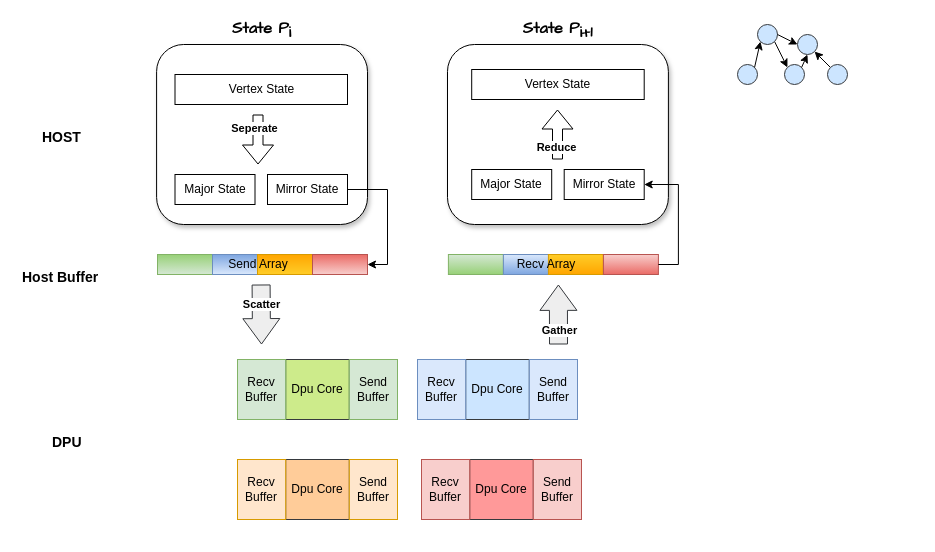
The draw.io diagram p2.drawio in cnissnzg/picture, before the edit. Source tidied: cells renumbered, new cells numbered last; positions are measured from the earlier drawing's top-left corner, leaving out a move shared by most shapes. Both pictures are drawn from the tidied source at 100%, with x=0, y=0 at pixel (17, 24).
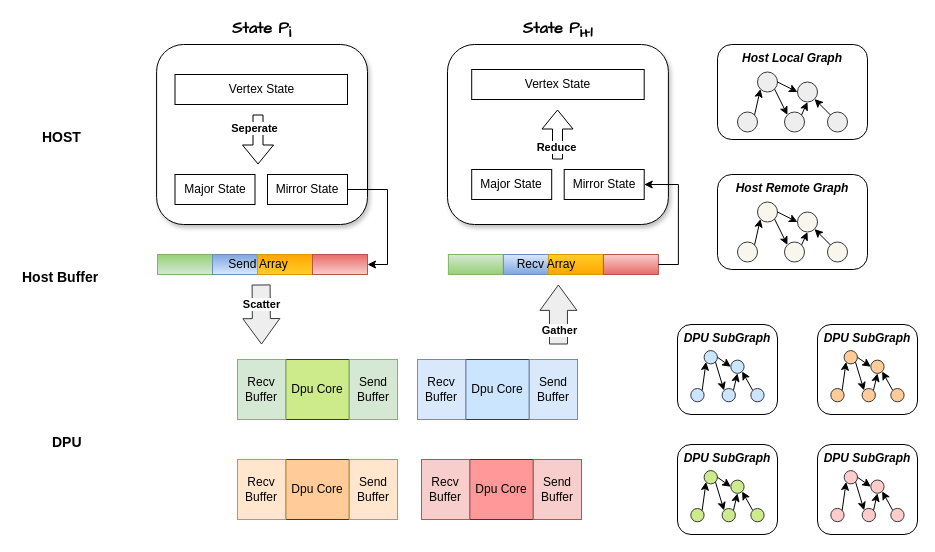
After the change.

What changed in the source:
```diff
@@
-    <mxCell id="46" style="group;" parent="1" vertex="1">
-      <mxGeometry x="720" width="110" height="60" as="geometry" />
-    </mxCell>
+    <mxCell id="57" style="group;" parent="1" vertex="1">
+      <mxGeometry x="660" y="300" width="100" height="90" as="geometry" />
+    </mxCell>
+    <mxCell id="58" value="&lt;b&gt;&lt;i&gt;DPU SubGraph&lt;/i&gt;&lt;/b&gt;" style="rounded=1;whiteSpace=wrap;html=1;labelPosition=center;verticalLabelPosition=middle;align=center;verticalAlign=top;" parent="57" vertex="1">
+      <mxGeometry width="100" height="90" as="geometry" />
+    </mxCell>
+    <mxCell id="59" style="group;shadow=0;" parent="57" vertex="1">
+      <mxGeometry x="13.3" y="26.1" width="73.3" height="56.8" as="geometry" />
+    </mxCell>
+    <mxCell id="60" style="ellipse;whiteSpace=wrap;html=1;fillColor=#cce5ff;strokeColor=#36393d;shadow=0;" parent="59" vertex="1">
+      <mxGeometry y="37.9" width="13.3" height="13.3" as="geometry" />
+    </mxCell>
+    <mxCell id="61" style="ellipse;whiteSpace=wrap;html=1;fillColor=#cce5ff;strokeColor=#36393d;shadow=0;" parent="59" vertex="1">
+      <mxGeometry x="31.3" y="37.9" width="13.3" height="13.3" as="geometry" />
+    </mxCell>
+    <mxCell id="62" style="rounded=0;jettySize=auto;html=1;exitX=1;exitY=1;exitDx=0;exitDy=0;entryX=0;entryY=0;entryDx=0;entryDy=0;shadow=0;" parent="59" edge="1" source="63" target="61">
+      <mxGeometry relative="1" as="geometry" />
+    </mxCell>
+    <mxCell id="63" style="ellipse;whiteSpace=wrap;html=1;fillColor=#cce5ff;strokeColor=#36393d;shadow=0;" parent="59" vertex="1">
+      <mxGeometry x="13.3" width="13.3" height="13.3" as="geometry" />
+    </mxCell>
+    <mxCell id="64" style="rounded=0;jettySize=auto;html=1;exitX=1;exitY=0;exitDx=0;exitDy=0;entryX=0;entryY=1;entryDx=0;entryDy=0;shadow=0;" parent="59" edge="1" source="60" target="63">
+      <mxGeometry relative="1" as="geometry" />
+    </mxCell>
+    <mxCell id="65" style="ellipse;whiteSpace=wrap;html=1;fillColor=#cce5ff;strokeColor=#36393d;shadow=0;" parent="59" vertex="1">
+      <mxGeometry x="40" y="9.5" width="13.3" height="13.3" as="geometry" />
+    </mxCell>
+    <mxCell id="66" style="rounded=0;jettySize=auto;html=1;exitX=1;exitY=0;exitDx=0;exitDy=0;entryX=0.5;entryY=1;entryDx=0;entryDy=0;shadow=0;" parent="59" edge="1" source="61" target="65">
+      <mxGeometry relative="1" as="geometry" />
+    </mxCell>
+    <mxCell id="67" style="rounded=0;jettySize=auto;html=1;exitX=1;exitY=0.5;exitDx=0;exitDy=0;entryX=0;entryY=0.5;entryDx=0;entryDy=0;shadow=0;" parent="59" edge="1" source="63" target="65">
+      <mxGeometry relative="1" as="geometry" />
+    </mxCell>
+    <mxCell id="68" style="rounded=0;jettySize=auto;html=1;exitX=0;exitY=0;exitDx=0;exitDy=0;entryX=1;entryY=1;entryDx=0;entryDy=0;shadow=0;" parent="59" edge="1" source="69" target="65">
+      <mxGeometry relative="1" as="geometry" />
+    </mxCell>
+    <mxCell id="69" style="ellipse;whiteSpace=wrap;html=1;fillColor=#cce5ff;strokeColor=#36393d;shadow=0;" parent="59" vertex="1">
+      <mxGeometry x="60" y="37.9" width="13.3" height="13.3" as="geometry" />
+    </mxCell>
+    <mxCell id="70" value="&lt;b&gt;&lt;i&gt;Host Local Graph&lt;/i&gt;&lt;/b&gt;" style="rounded=1;whiteSpace=wrap;html=1;labelPosition=center;verticalLabelPosition=middle;align=center;verticalAlign=top;" parent="1" vertex="1">
+      <mxGeometry x="700" y="20" width="150" height="95" as="geometry" />
+    </mxCell>
-    <mxCell id="47" style="ellipse;whiteSpace=wrap;html=1;fillColor=#cce5ff;strokeColor=#36393d;" parent="46" vertex="1">
-      <mxGeometry y="40" width="20" height="20" as="geometry" />
+    <mxCell id="47" style="ellipse;whiteSpace=wrap;html=1;fillColor=#eeeeee;strokeColor=#36393d;shadow=0;" parent="1" vertex="1">
+      <mxGeometry x="720" y="87.5" width="20" height="20" as="geometry" />
     </mxCell>
-    <mxCell id="48" style="ellipse;whiteSpace=wrap;html=1;fillColor=#cce5ff;strokeColor=#36393d;" parent="46" vertex="1">
-      <mxGeometry x="47" y="40" width="20" height="20" as="geometry" />
+    <mxCell id="48" style="ellipse;whiteSpace=wrap;html=1;fillColor=#eeeeee;strokeColor=#36393d;shadow=0;" parent="1" vertex="1">
+      <mxGeometry x="767" y="87.5" width="20" height="20" as="geometry" />
     </mxCell>
-    <mxCell id="49" style="rounded=0;jettySize=auto;html=1;exitX=1;exitY=1;exitDx=0;exitDy=0;entryX=0;entryY=0;entryDx=0;entryDy=0;" parent="46" edge="1" source="50" target="48">
+    <mxCell id="49" style="rounded=0;jettySize=auto;html=1;exitX=1;exitY=1;exitDx=0;exitDy=0;entryX=0;entryY=0;entryDx=0;entryDy=0;shadow=0;" parent="1" edge="1" source="50" target="48">
       <mxGeometry relative="1" as="geometry" />
     </mxCell>
-    <mxCell id="50" style="ellipse;whiteSpace=wrap;html=1;fillColor=#cce5ff;strokeColor=#36393d;" parent="46" vertex="1">
-      <mxGeometry x="20" width="20" height="20" as="geometry" />
+    <mxCell id="50" style="ellipse;whiteSpace=wrap;html=1;fillColor=#eeeeee;strokeColor=#36393d;shadow=0;" parent="1" vertex="1">
+      <mxGeometry x="740" y="47.5" width="20" height="20" as="geometry" />
     </mxCell>
-    <mxCell id="51" style="rounded=0;jettySize=auto;html=1;exitX=1;exitY=0;exitDx=0;exitDy=0;entryX=0;entryY=1;entryDx=0;entryDy=0;" parent="46" edge="1" source="47" target="50">
+    <mxCell id="51" style="rounded=0;jettySize=auto;html=1;exitX=1;exitY=0;exitDx=0;exitDy=0;entryX=0;entryY=1;entryDx=0;entryDy=0;shadow=0;" parent="1" edge="1" source="47" target="50">
       <mxGeometry relative="1" as="geometry" />
     </mxCell>
-    <mxCell id="52" style="ellipse;whiteSpace=wrap;html=1;fillColor=#cce5ff;strokeColor=#36393d;" parent="46" vertex="1">
-      <mxGeometry x="60" y="10" width="20" height="20" as="geometry" />
+    <mxCell id="52" style="ellipse;whiteSpace=wrap;html=1;fillColor=#eeeeee;strokeColor=#36393d;shadow=0;" parent="1" vertex="1">
+      <mxGeometry x="780" y="57.5" width="20" height="20" as="geometry" />
     </mxCell>
-    <mxCell id="53" style="rounded=0;jettySize=auto;html=1;exitX=1;exitY=0;exitDx=0;exitDy=0;entryX=0.5;entryY=1;entryDx=0;entryDy=0;" parent="46" edge="1" source="48" target="52">
+    <mxCell id="53" style="rounded=0;jettySize=auto;html=1;exitX=1;exitY=0;exitDx=0;exitDy=0;entryX=0.5;entryY=1;entryDx=0;entryDy=0;shadow=0;" parent="1" edge="1" source="48" target="52">
       <mxGeometry relative="1" as="geometry" />
     </mxCell>
-    <mxCell id="54" style="rounded=0;jettySize=auto;html=1;exitX=1;exitY=0.5;exitDx=0;exitDy=0;entryX=0;entryY=0.5;entryDx=0;entryDy=0;" parent="46" edge="1" source="50" target="52">
+    <mxCell id="54" style="rounded=0;jettySize=auto;html=1;exitX=1;exitY=0.5;exitDx=0;exitDy=0;entryX=0;entryY=0.5;entryDx=0;entryDy=0;shadow=0;" parent="1" edge="1" source="50" target="52">
       <mxGeometry relative="1" as="geometry" />
     </mxCell>
-    <mxCell id="55" style="rounded=0;jettySize=auto;html=1;exitX=0;exitY=0;exitDx=0;exitDy=0;entryX=1;entryY=1;entryDx=0;entryDy=0;" parent="46" edge="1" source="56" target="52">
+    <mxCell id="55" style="rounded=0;jettySize=auto;html=1;exitX=0;exitY=0;exitDx=0;exitDy=0;entryX=1;entryY=1;entryDx=0;entryDy=0;shadow=0;" parent="1" edge="1" source="56" target="52">
       <mxGeometry relative="1" as="geometry" />
     </mxCell>
-    <mxCell id="56" style="ellipse;whiteSpace=wrap;html=1;fillColor=#cce5ff;strokeColor=#36393d;" parent="46" vertex="1">
-      <mxGeometry x="90" y="40" width="20" height="20" as="geometry" />
+    <mxCell id="56" style="ellipse;whiteSpace=wrap;html=1;fillColor=#eeeeee;strokeColor=#36393d;shadow=0;" parent="1" vertex="1">
+      <mxGeometry x="810" y="87.5" width="20" height="20" as="geometry" />
     </mxCell>
+    <mxCell id="71" value="&lt;b&gt;&lt;i&gt;Host Remote Graph&lt;/i&gt;&lt;/b&gt;" style="rounded=1;whiteSpace=wrap;html=1;labelPosition=center;verticalLabelPosition=middle;align=center;verticalAlign=top;" parent="1" vertex="1">
+      <mxGeometry x="700" y="150" width="150" height="95" as="geometry" />
+    </mxCell>
+    <mxCell id="72" style="ellipse;whiteSpace=wrap;html=1;fillColor=#f9f7ed;strokeColor=#36393d;shadow=0;" parent="1" vertex="1">
+      <mxGeometry x="720" y="217.5" width="20" height="20" as="geometry" />
+    </mxCell>
+    <mxCell id="73" style="ellipse;whiteSpace=wrap;html=1;fillColor=#f9f7ed;strokeColor=#36393d;shadow=0;" parent="1" vertex="1">
+      <mxGeometry x="767" y="217.5" width="20" height="20" as="geometry" />
+    </mxCell>
+    <mxCell id="74" style="rounded=0;jettySize=auto;html=1;exitX=1;exitY=1;exitDx=0;exitDy=0;entryX=0;entryY=0;entryDx=0;entryDy=0;shadow=0;" parent="1" edge="1" source="75" target="73">
+      <mxGeometry relative="1" as="geometry" />
+    </mxCell>
+    <mxCell id="75" style="ellipse;whiteSpace=wrap;html=1;fillColor=#f9f7ed;strokeColor=#36393d;shadow=0;" parent="1" vertex="1">
+      <mxGeometry x="740" y="177.5" width="20" height="20" as="geometry" />
+    </mxCell>
+    <mxCell id="76" style="rounded=0;jettySize=auto;html=1;exitX=1;exitY=0;exitDx=0;exitDy=0;entryX=0;entryY=1;entryDx=0;entryDy=0;shadow=0;" parent="1" edge="1" source="72" target="75">
+      <mxGeometry relative="1" as="geometry" />
+    </mxCell>
+    <mxCell id="77" style="ellipse;whiteSpace=wrap;html=1;fillColor=#f9f7ed;strokeColor=#36393d;shadow=0;" parent="1" vertex="1">
+      <mxGeometry x="780" y="187.5" width="20" height="20" as="geometry" />
+    </mxCell>
+    <mxCell id="78" style="rounded=0;jettySize=auto;html=1;exitX=1;exitY=0;exitDx=0;exitDy=0;entryX=0.5;entryY=1;entryDx=0;entryDy=0;shadow=0;" parent="1" edge="1" source="73" target="77">
+      <mxGeometry relative="1" as="geometry" />
+    </mxCell>
+    <mxCell id="79" style="rounded=0;jettySize=auto;html=1;exitX=1;exitY=0.5;exitDx=0;exitDy=0;entryX=0;entryY=0.5;entryDx=0;entryDy=0;shadow=0;" parent="1" edge="1" source="75" target="77">
+      <mxGeometry relative="1" as="geometry" />
+    </mxCell>
+    <mxCell id="80" style="rounded=0;jettySize=auto;html=1;exitX=0;exitY=0;exitDx=0;exitDy=0;entryX=1;entryY=1;entryDx=0;entryDy=0;shadow=0;" parent="1" edge="1" source="81" target="77">
+      <mxGeometry relative="1" as="geometry" />
+    </mxCell>
+    <mxCell id="81" style="ellipse;whiteSpace=wrap;html=1;fillColor=#f9f7ed;strokeColor=#36393d;shadow=0;" parent="1" vertex="1">
+      <mxGeometry x="810" y="217.5" width="20" height="20" as="geometry" />
+    </mxCell>
+    <mxCell id="82" style="group;" parent="1" vertex="1">
+      <mxGeometry x="800" y="300" width="100" height="90" as="geometry" />
+    </mxCell>
+    <mxCell id="83" value="&lt;b&gt;&lt;i&gt;DPU SubGraph&lt;/i&gt;&lt;/b&gt;" style="rounded=1;whiteSpace=wrap;html=1;labelPosition=center;verticalLabelPosition=middle;align=center;verticalAlign=top;" parent="82" vertex="1">
+      <mxGeometry width="100" height="90" as="geometry" />
+    </mxCell>
+    <mxCell id="84" style="group;shadow=0;" parent="82" vertex="1">
+      <mxGeometry x="13.3" y="26.1" width="73.3" height="56.8" as="geometry" />
+    </mxCell>
+    <mxCell id="85" style="ellipse;whiteSpace=wrap;html=1;fillColor=#ffcc99;strokeColor=#36393d;shadow=0;" parent="84" vertex="1">
+      <mxGeometry y="37.9" width="13.3" height="13.3" as="geometry" />
+    </mxCell>
+    <mxCell id="86" style="ellipse;whiteSpace=wrap;html=1;fillColor=#ffcc99;strokeColor=#36393d;shadow=0;" parent="84" vertex="1">
+      <mxGeometry x="31.3" y="37.9" width="13.3" height="13.3" as="geometry" />
+    </mxCell>
+    <mxCell id="87" style="rounded=0;jettySize=auto;html=1;exitX=1;exitY=1;exitDx=0;exitDy=0;entryX=0;entryY=0;entryDx=0;entryDy=0;shadow=0;" parent="84" edge="1" source="88" target="86">
+      <mxGeometry relative="1" as="geometry" />
+    </mxCell>
+    <mxCell id="88" style="ellipse;whiteSpace=wrap;html=1;fillColor=#ffcc99;strokeColor=#36393d;shadow=0;" parent="84" vertex="1">
+      <mxGeometry x="13.3" width="13.3" height="13.3" as="geometry" />
+    </mxCell>
+    <mxCell id="89" style="rounded=0;jettySize=auto;html=1;exitX=1;exitY=0;exitDx=0;exitDy=0;entryX=0;entryY=1;entryDx=0;entryDy=0;shadow=0;" parent="84" edge="1" source="85" target="88">
+      <mxGeometry relative="1" as="geometry" />
+    </mxCell>
+    <mxCell id="90" style="ellipse;whiteSpace=wrap;html=1;fillColor=#ffcc99;strokeColor=#36393d;shadow=0;" parent="84" vertex="1">
+      <mxGeometry x="40" y="9.5" width="13.3" height="13.3" as="geometry" />
+    </mxCell>
+    <mxCell id="91" style="rounded=0;jettySize=auto;html=1;exitX=1;exitY=0;exitDx=0;exitDy=0;entryX=0.5;entryY=1;entryDx=0;entryDy=0;shadow=0;" parent="84" edge="1" source="86" target="90">
+      <mxGeometry relative="1" as="geometry" />
+    </mxCell>
+    <mxCell id="92" style="rounded=0;jettySize=auto;html=1;exitX=1;exitY=0.5;exitDx=0;exitDy=0;entryX=0;entryY=0.5;entryDx=0;entryDy=0;shadow=0;" parent="84" edge="1" source="88" target="90">
+      <mxGeometry relative="1" as="geometry" />
+    </mxCell>
+    <mxCell id="93" style="rounded=0;jettySize=auto;html=1;exitX=0;exitY=0;exitDx=0;exitDy=0;entryX=1;entryY=1;entryDx=0;entryDy=0;shadow=0;" parent="84" edge="1" source="94" target="90">
+      <mxGeometry relative="1" as="geometry" />
+    </mxCell>
+    <mxCell id="94" style="ellipse;whiteSpace=wrap;html=1;fillColor=#ffcc99;strokeColor=#36393d;shadow=0;" parent="84" vertex="1">
+      <mxGeometry x="60" y="37.9" width="13.3" height="13.3" as="geometry" />
+    </mxCell>
+    <mxCell id="95" value="&lt;b&gt;&lt;i&gt;DPU SubGraph&lt;/i&gt;&lt;/b&gt;" style="rounded=1;whiteSpace=wrap;html=1;labelPosition=center;verticalLabelPosition=middle;align=center;verticalAlign=top;" parent="1" vertex="1">
+      <mxGeometry x="660" y="420" width="100" height="90" as="geometry" />
+    </mxCell>
+    <mxCell id="96" style="group;shadow=0;" parent="1" vertex="1">
+      <mxGeometry x="673.3" y="446.1" width="73.3" height="56.8" as="geometry" />
+    </mxCell>
+    <mxCell id="97" style="ellipse;whiteSpace=wrap;html=1;fillColor=#cdeb8b;strokeColor=#36393d;shadow=0;" parent="96" vertex="1">
+      <mxGeometry y="37.9" width="13.3" height="13.3" as="geometry" />
+    </mxCell>
+    <mxCell id="98" style="ellipse;whiteSpace=wrap;html=1;fillColor=#cdeb8b;strokeColor=#36393d;shadow=0;" parent="96" vertex="1">
+      <mxGeometry x="31.3" y="37.9" width="13.3" height="13.3" as="geometry" />
+    </mxCell>
+    <mxCell id="99" style="rounded=0;jettySize=auto;html=1;exitX=1;exitY=1;exitDx=0;exitDy=0;entryX=0;entryY=0;entryDx=0;entryDy=0;shadow=0;" parent="96" edge="1" source="100" target="98">
+      <mxGeometry relative="1" as="geometry" />
+    </mxCell>
+    <mxCell id="100" style="ellipse;whiteSpace=wrap;html=1;fillColor=#cdeb8b;strokeColor=#36393d;shadow=0;" parent="96" vertex="1">
+      <mxGeometry x="13.3" width="13.3" height="13.3" as="geometry" />
+    </mxCell>
+    <mxCell id="101" style="rounded=0;jettySize=auto;html=1;exitX=1;exitY=0;exitDx=0;exitDy=0;entryX=0;entryY=1;entryDx=0;entryDy=0;shadow=0;" parent="96" edge="1" source="97" target="100">
+      <mxGeometry relative="1" as="geometry" />
+    </mxCell>
+    <mxCell id="102" style="ellipse;whiteSpace=wrap;html=1;fillColor=#cdeb8b;strokeColor=#36393d;shadow=0;" parent="96" vertex="1">
+      <mxGeometry x="40" y="9.5" width="13.3" height="13.3" as="geometry" />
+    </mxCell>
+    <mxCell id="103" style="rounded=0;jettySize=auto;html=1;exitX=1;exitY=0;exitDx=0;exitDy=0;entryX=0.5;entryY=1;entryDx=0;entryDy=0;shadow=0;" parent="96" edge="1" source="98" target="102">
+      <mxGeometry relative="1" as="geometry" />
+    </mxCell>
+    <mxCell id="104" style="rounded=0;jettySize=auto;html=1;exitX=1;exitY=0.5;exitDx=0;exitDy=0;entryX=0;entryY=0.5;entryDx=0;entryDy=0;shadow=0;" parent="96" edge="1" source="100" target="102">
+      <mxGeometry relative="1" as="geometry" />
+    </mxCell>
+    <mxCell id="105" style="rounded=0;jettySize=auto;html=1;exitX=0;exitY=0;exitDx=0;exitDy=0;entryX=1;entryY=1;entryDx=0;entryDy=0;shadow=0;" parent="96" edge="1" source="106" target="102">
+      <mxGeometry relative="1" as="geometry" />
+    </mxCell>
+    <mxCell id="106" style="ellipse;whiteSpace=wrap;html=1;fillColor=#cdeb8b;strokeColor=#36393d;shadow=0;" parent="96" vertex="1">
+      <mxGeometry x="60" y="37.9" width="13.3" height="13.3" as="geometry" />
+    </mxCell>
+    <mxCell id="107" style="group;" parent="1" vertex="1">
+      <mxGeometry x="800" y="420" width="100" height="90" as="geometry" />
+    </mxCell>
+    <mxCell id="108" value="&lt;b&gt;&lt;i&gt;DPU SubGraph&lt;/i&gt;&lt;/b&gt;" style="rounded=1;whiteSpace=wrap;html=1;labelPosition=center;verticalLabelPosition=middle;align=center;verticalAlign=top;" parent="107" vertex="1">
+      <mxGeometry width="100" height="90" as="geometry" />
+    </mxCell>
+    <mxCell id="109" style="ellipse;whiteSpace=wrap;html=1;fillColor=#ffcccc;strokeColor=#36393d;shadow=0;" parent="107" vertex="1">
+      <mxGeometry x="13.3" y="63.9" width="13.3" height="13.3" as="geometry" />
+    </mxCell>
+    <mxCell id="110" style="ellipse;whiteSpace=wrap;html=1;fillColor=#ffcccc;strokeColor=#36393d;shadow=0;" parent="107" vertex="1">
+      <mxGeometry x="44.7" y="63.9" width="13.3" height="13.3" as="geometry" />
+    </mxCell>
+    <mxCell id="111" style="rounded=0;jettySize=auto;html=1;exitX=1;exitY=1;exitDx=0;exitDy=0;entryX=0;entryY=0;entryDx=0;entryDy=0;shadow=0;" parent="107" edge="1" source="112" target="110">
+      <mxGeometry relative="1" as="geometry" />
+    </mxCell>
+    <mxCell id="112" style="ellipse;whiteSpace=wrap;html=1;fillColor=#ffcccc;strokeColor=#36393d;shadow=0;" parent="107" vertex="1">
+      <mxGeometry x="26.7" y="26.1" width="13.3" height="13.3" as="geometry" />
+    </mxCell>
+    <mxCell id="113" style="rounded=0;jettySize=auto;html=1;exitX=1;exitY=0;exitDx=0;exitDy=0;entryX=0;entryY=1;entryDx=0;entryDy=0;shadow=0;" parent="107" edge="1" source="109" target="112">
+      <mxGeometry relative="1" as="geometry" />
+    </mxCell>
+    <mxCell id="114" style="ellipse;whiteSpace=wrap;html=1;fillColor=#ffcccc;strokeColor=#36393d;shadow=0;" parent="107" vertex="1">
+      <mxGeometry x="53.3" y="35.5" width="13.3" height="13.3" as="geometry" />
+    </mxCell>
+    <mxCell id="115" style="rounded=0;jettySize=auto;html=1;exitX=1;exitY=0;exitDx=0;exitDy=0;entryX=0.5;entryY=1;entryDx=0;entryDy=0;shadow=0;" parent="107" edge="1" source="110" target="114">
+      <mxGeometry relative="1" as="geometry" />
+    </mxCell>
+    <mxCell id="116" style="rounded=0;jettySize=auto;html=1;exitX=1;exitY=0.5;exitDx=0;exitDy=0;entryX=0;entryY=0.5;entryDx=0;entryDy=0;shadow=0;" parent="107" edge="1" source="112" target="114">
+      <mxGeometry relative="1" as="geometry" />
+    </mxCell>
+    <mxCell id="117" style="rounded=0;jettySize=auto;html=1;exitX=0;exitY=0;exitDx=0;exitDy=0;entryX=1;entryY=1;entryDx=0;entryDy=0;shadow=0;" parent="107" edge="1" source="118" target="114">
+      <mxGeometry relative="1" as="geometry" />
+    </mxCell>
+    <mxCell id="118" style="ellipse;whiteSpace=wrap;html=1;fillColor=#ffcccc;strokeColor=#36393d;shadow=0;" parent="107" vertex="1">
+      <mxGeometry x="73.3" y="63.9" width="13.3" height="13.3" as="geometry" />
+    </mxCell>
```
